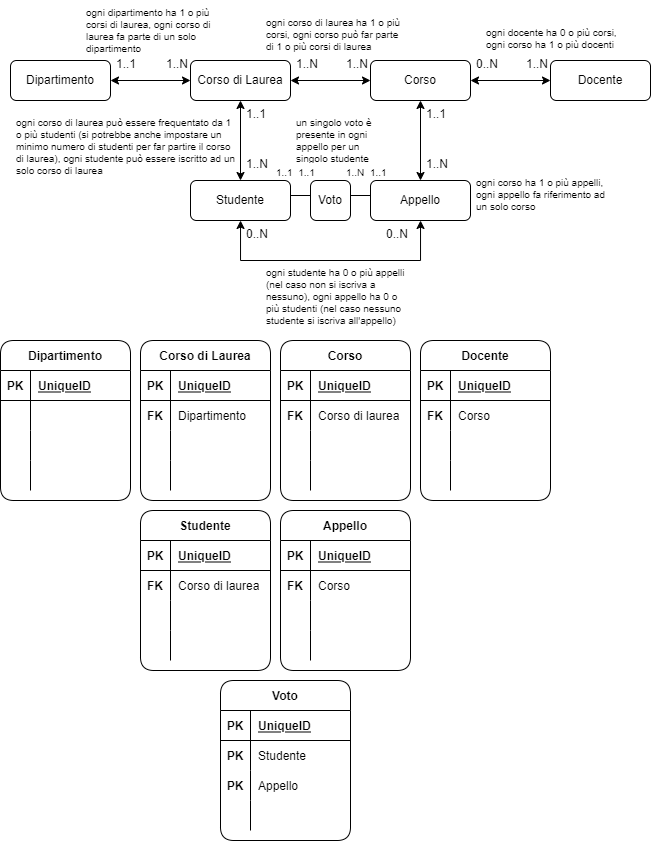
banjug/db-university keeps this draw.io diagram as db-university.png. Above is the earlier version. Source tidied: cells renumbered, new cells last; positions are measured from the earlier drawing's top-left corner, leaving out a move shared by most shapes.
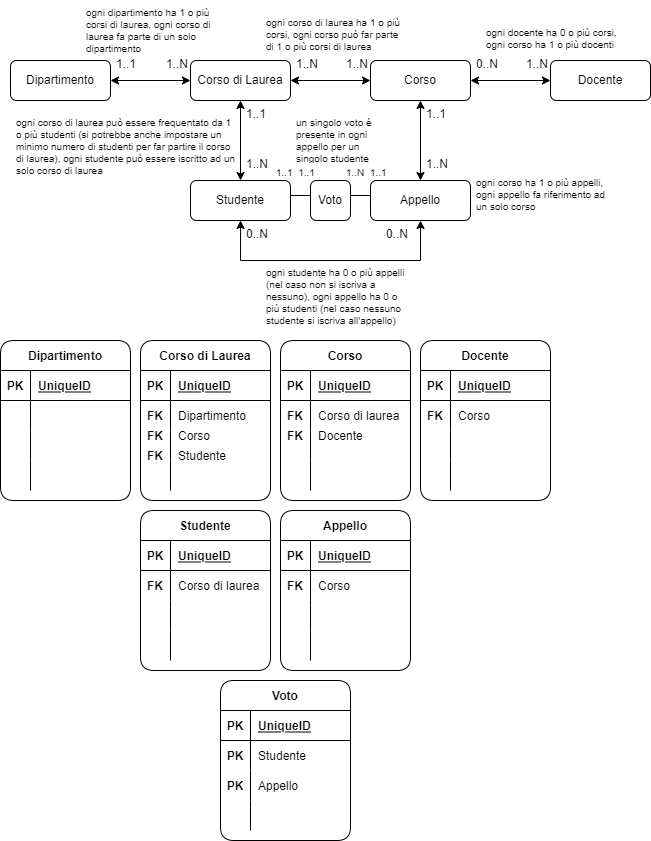
After the change.

Commit message:
add query text file

The edit, as a diff of the source:
```diff
@@ -409,5 +409,23 @@
     <mxCell id="135" value="1..1  1..1" style="text;strokeColor=none;fillColor=none;spacingLeft=4;spacingRight=4;overflow=hidden;fontSize=10;rounded=1;whiteSpace=wrap;" parent="1" vertex="1">
       <mxGeometry x="270" y="160" width="60" height="20" as="geometry" />
     </mxCell>
+    <mxCell id="136" value="Docente" style="shape=partialRectangle;fillColor=none;top=0;left=0;bottom=0;right=0;align=left;spacingLeft=6;overflow=hidden;" parent="1" vertex="1">
+      <mxGeometry x="310" y="420" width="100" height="30" as="geometry" />
+    </mxCell>
+    <mxCell id="137" value="FK" style="shape=partialRectangle;fillColor=none;top=0;left=0;bottom=0;right=0;fontStyle=1;overflow=hidden;" parent="1" vertex="1">
+      <mxGeometry x="280" y="420" width="30" height="30" as="geometry" />
+    </mxCell>
+    <mxCell id="138" value="Corso" style="shape=partialRectangle;fillColor=none;top=0;left=0;bottom=0;right=0;align=left;spacingLeft=6;overflow=hidden;" parent="1" vertex="1">
+      <mxGeometry x="170" y="420" width="100" height="30" as="geometry" />
+    </mxCell>
+    <mxCell id="139" value="FK" style="shape=partialRectangle;fillColor=none;top=0;left=0;bottom=0;right=0;fontStyle=1;overflow=hidden;" parent="1" vertex="1">
+      <mxGeometry x="140" y="420" width="30" height="30" as="geometry" />
+    </mxCell>
+    <mxCell id="140" value="Studente" style="shape=partialRectangle;fillColor=none;top=0;left=0;bottom=0;right=0;align=left;spacingLeft=6;overflow=hidden;" parent="1" vertex="1">
+      <mxGeometry x="170" y="440" width="100" height="30" as="geometry" />
+    </mxCell>
+    <mxCell id="141" value="FK" style="shape=partialRectangle;fillColor=none;top=0;left=0;bottom=0;right=0;fontStyle=1;overflow=hidden;" parent="1" vertex="1">
+      <mxGeometry x="140" y="440" width="30" height="30" as="geometry" />
+    </mxCell>
   </root>
 </mxGraphModel>
```
